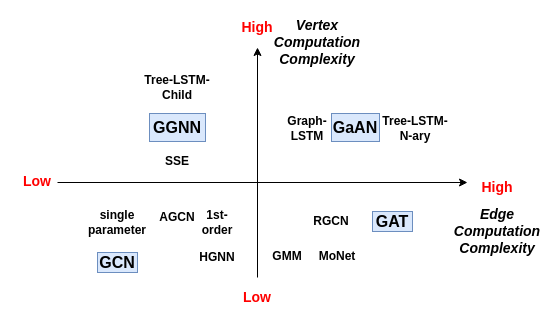
Above: Manuscript/figs/illustration/GNN_complexity_quadrant.drawio in AugF/pyg-gnns (draw.io), before the change. Source tidied: cells renumbered, new cells numbered last; positions are measured from the earlier drawing's top-left corner, leaving out a move shared by most shapes. Both pictures are drawn from the tidied source at 100%, with x=0, y=0 at pixel (17, 17).
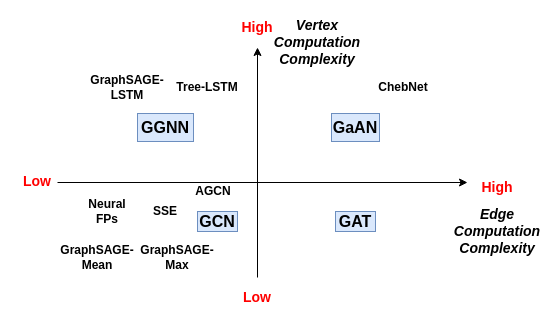
The same page after the edit.

Commit message (it also covers changes not shown here):
更新了complexity_quadrant图像和公式

What changed in the source:
```diff
@@
     <mxCell id="9" value="&lt;b style=&quot;font-size: 16px;&quot;&gt;GCN&lt;/b&gt;" style="text;html=1;strokeColor=#6c8ebf;fillColor=#dae8fc;align=center;verticalAlign=middle;whiteSpace=wrap;rounded=0;fontFamily=Arial;fontSize=16;" parent="1" vertex="1">
-      <mxGeometry x="80" y="235" width="40" height="20" as="geometry" />
+      <mxGeometry x="180" y="194" width="40" height="20" as="geometry" />
     </mxCell>
-    <mxCell id="10" value="&lt;b&gt;single parameter&lt;/b&gt;" style="text;html=1;strokeColor=none;fillColor=none;align=center;verticalAlign=middle;whiteSpace=wrap;rounded=0;fontFamily=Arial;" parent="1" vertex="1">
-      <mxGeometry x="80" y="195" width="40" height="20" as="geometry" />
-    </mxCell>
-    <mxCell id="11" value="&lt;b&gt;1st-order&lt;/b&gt;" style="text;html=1;strokeColor=none;fillColor=none;align=center;verticalAlign=middle;whiteSpace=wrap;rounded=0;fontFamily=Arial;" parent="1" vertex="1">
-      <mxGeometry x="180" y="195" width="40" height="20" as="geometry" />
-    </mxCell>
-    <mxCell id="12" value="&lt;b&gt;HGNN&lt;/b&gt;" style="text;html=1;strokeColor=none;fillColor=none;align=center;verticalAlign=middle;whiteSpace=wrap;rounded=0;fontFamily=Arial;" parent="1" vertex="1">
-      <mxGeometry x="180" y="230" width="40" height="20" as="geometry" />
-    </mxCell>
@@
-    <mxCell id="14" value="&lt;b&gt;Tree-LSTM-N-ary&lt;/b&gt;" style="text;html=1;strokeColor=none;fillColor=none;align=center;verticalAlign=middle;whiteSpace=wrap;rounded=0;fontFamily=Arial;" parent="1" vertex="1">
-      <mxGeometry x="363" y="96" width="70" height="30" as="geometry" />
-    </mxCell>
-    <mxCell id="15" value="&lt;b&gt;Graph-LSTM&lt;/b&gt;" style="text;html=1;strokeColor=none;fillColor=none;align=center;verticalAlign=middle;whiteSpace=wrap;rounded=0;fontFamily=Arial;" parent="1" vertex="1">
-      <mxGeometry x="270" y="101" width="40" height="20" as="geometry" />
+    <mxCell id="15" value="&lt;b&gt;ChebNet&lt;/b&gt;" style="text;html=1;strokeColor=none;fillColor=none;align=center;verticalAlign=middle;whiteSpace=wrap;rounded=0;fontFamily=Arial;" parent="1" vertex="1">
+      <mxGeometry x="358" y="60" width="56" height="20" as="geometry" />
     </mxCell>
     <mxCell id="16" value="&lt;b style=&quot;font-size: 16px;&quot;&gt;GGNN&lt;/b&gt;" style="text;html=1;strokeColor=#6c8ebf;fillColor=#dae8fc;align=center;verticalAlign=middle;whiteSpace=wrap;rounded=0;fontFamily=Arial;fontSize=16;" parent="1" vertex="1">
-      <mxGeometry x="132" y="96" width="56" height="28" as="geometry" />
+      <mxGeometry x="120" y="96" width="56" height="28" as="geometry" />
     </mxCell>
     <mxCell id="17" value="&lt;b&gt;SSE&lt;/b&gt;" style="text;html=1;strokeColor=none;fillColor=none;align=center;verticalAlign=middle;whiteSpace=wrap;rounded=0;fontFamily=Arial;" parent="1" vertex="1">
-      <mxGeometry x="140" y="134" width="40" height="20" as="geometry" />
+      <mxGeometry x="128" y="184" width="40" height="20" as="geometry" />
     </mxCell>
-    <mxCell id="18" value="&lt;b&gt;Tree-LSTM-Child&lt;/b&gt;" style="text;html=1;strokeColor=none;fillColor=none;align=center;verticalAlign=middle;whiteSpace=wrap;rounded=0;fontFamily=Arial;" parent="1" vertex="1">
-      <mxGeometry x="120" y="60" width="80" height="20" as="geometry" />
+    <mxCell id="18" value="&lt;b&gt;Tree-LSTM&lt;/b&gt;" style="text;html=1;strokeColor=none;fillColor=none;align=center;verticalAlign=middle;whiteSpace=wrap;rounded=0;fontFamily=Arial;" parent="1" vertex="1">
+      <mxGeometry x="150" y="60" width="80" height="20" as="geometry" />
     </mxCell>
     <mxCell id="19" value="&lt;b style=&quot;font-size: 16px;&quot;&gt;GAT&lt;/b&gt;" style="text;html=1;strokeColor=#6c8ebf;fillColor=#dae8fc;align=center;verticalAlign=middle;whiteSpace=wrap;rounded=0;fontFamily=Arial;fontSize=16;" parent="1" vertex="1">
-      <mxGeometry x="355" y="194" width="40" height="20" as="geometry" />
+      <mxGeometry x="318" y="194" width="40" height="20" as="geometry" />
     </mxCell>
-    <mxCell id="20" value="&lt;b&gt;MoNet&lt;/b&gt;" style="text;html=1;strokeColor=none;fillColor=none;align=center;verticalAlign=middle;whiteSpace=wrap;rounded=0;fontFamily=Arial;" parent="1" vertex="1">
-      <mxGeometry x="300" y="224" width="40" height="30" as="geometry" />
-    </mxCell>
-    <mxCell id="21" value="&lt;b&gt;RGCN&lt;/b&gt;" style="text;html=1;strokeColor=none;fillColor=none;align=center;verticalAlign=middle;whiteSpace=wrap;rounded=0;fontFamily=Arial;" parent="1" vertex="1">
-      <mxGeometry x="294" y="189" width="40" height="30" as="geometry" />
-    </mxCell>
-    <mxCell id="22" value="&lt;b&gt;GMM&lt;/b&gt;" style="text;html=1;strokeColor=none;fillColor=none;align=center;verticalAlign=middle;whiteSpace=wrap;rounded=0;fontFamily=Arial;" parent="1" vertex="1">
-      <mxGeometry x="250" y="224" width="40" height="30" as="geometry" />
-    </mxCell>
+    <mxCell id="24" value="&lt;span style=&quot;font-size: 14px&quot;&gt;&lt;b&gt;Vertex&lt;br&gt;Computation&lt;br&gt;Complexity&lt;br&gt;&lt;/b&gt;&lt;/span&gt;" style="text;html=1;strokeColor=none;fillColor=none;align=center;verticalAlign=middle;whiteSpace=wrap;rounded=0;fontFamily=Arial;fontStyle=2;" parent="1" vertex="1">
+      <mxGeometry x="255" y="15" width="90" height="20" as="geometry" />
+    </mxCell>
+    <mxCell id="25" value="&lt;b&gt;GraphSAGE-LSTM&lt;/b&gt;" style="text;html=1;strokeColor=none;fillColor=none;align=center;verticalAlign=middle;whiteSpace=wrap;rounded=0;fontFamily=Arial;" parent="1" vertex="1">
+      <mxGeometry x="70" y="60" width="80" height="20" as="geometry" />
+    </mxCell>
+    <mxCell id="26" value="&lt;b&gt;GraphSAGE-Mean&lt;/b&gt;" style="text;html=1;strokeColor=none;fillColor=none;align=center;verticalAlign=middle;whiteSpace=wrap;rounded=0;fontFamily=Arial;" parent="1" vertex="1">
+      <mxGeometry x="40" y="230" width="80" height="20" as="geometry" />
+    </mxCell>
+    <mxCell id="27" value="&lt;b&gt;GraphSAGE-Max&lt;/b&gt;" style="text;html=1;strokeColor=none;fillColor=none;align=center;verticalAlign=middle;whiteSpace=wrap;rounded=0;fontFamily=Arial;" parent="1" vertex="1">
+      <mxGeometry x="120" y="230" width="80" height="20" as="geometry" />
+    </mxCell>
+    <mxCell id="28" value="&lt;b&gt;Neural FPs&lt;/b&gt;" style="text;html=1;strokeColor=none;fillColor=none;align=center;verticalAlign=middle;whiteSpace=wrap;rounded=0;fontFamily=Arial;" parent="1" vertex="1">
+      <mxGeometry x="70" y="184" width="40" height="20" as="geometry" />
+    </mxCell>
     <mxCell id="23" value="&lt;b&gt;AGCN&lt;/b&gt;" style="text;html=1;strokeColor=none;fillColor=none;align=center;verticalAlign=middle;whiteSpace=wrap;rounded=0;fontFamily=Arial;" parent="1" vertex="1">
-      <mxGeometry x="140" y="190" width="40" height="20" as="geometry" />
+      <mxGeometry x="176" y="164" width="40" height="20" as="geometry" />
     </mxCell>
-    <mxCell id="24" value="&lt;span style=&quot;font-size: 14px&quot;&gt;&lt;b&gt;Vertex&lt;br&gt;Computation&lt;br&gt;Complexity&lt;br&gt;&lt;/b&gt;&lt;/span&gt;" style="text;html=1;strokeColor=none;fillColor=none;align=center;verticalAlign=middle;whiteSpace=wrap;rounded=0;fontFamily=Arial;fontStyle=2;" parent="1" vertex="1">
-      <mxGeometry x="255" y="15" width="90" height="20" as="geometry" />
-    </mxCell>
```
